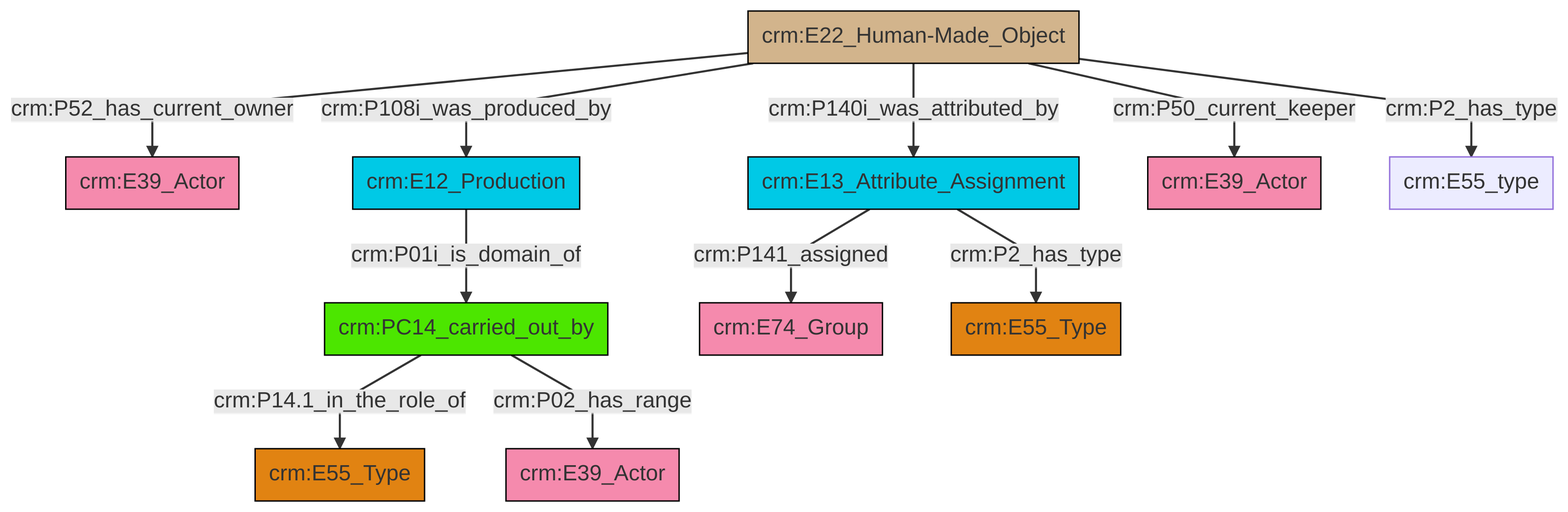
swiss-art-research-net/reference-data-models keeps this Mermaid diagram as et/artworkCSV/ttl/mmd/png/Artwork_Actor_Relations.png. Above is the earlier version. Its source is kept beside it as et/artworkCSV/ttl/mmd/Artwork_Actor_Relations.ttl.mmd. The source it was exported from:
```mermaid
graph TD
classDef Literal fill:#f2f2f2,stroke:#000000;
classDef CRM_Entity fill:#FFFFFF,stroke:#000000;
classDef Temporal_Entity fill:#00C9E6, stroke:#000000;
classDef Type fill:#E18312, stroke:#000000;
classDef Time-Span fill:#2C9C91, stroke:#000000;
classDef Appellation fill:#FFEB7F, stroke:#000000;
classDef Place fill:#008836, stroke:#000000;
classDef Persistent_Item fill:#B266B2, stroke:#000000;
classDef Conceptual_Object fill:#FFD700, stroke:#000000;
classDef Physical_Thing fill:#D2B48C, stroke:#000000;
classDef Actor fill:#f58aad, stroke:#000000;
classDef PC_Classes fill:#4ce600, stroke:#000000;
classDef Multi fill:#cccccc,stroke:#000000;

2["crm:E22_Human-Made_Object"]:::Physical_Thing -->|crm:P108i_was_produced_by| 3["crm:E12_Production"]:::Temporal_Entity
4["crm:PC14_carried_out_by"]:::PC_Classes -->|crm:P14.1_in_the_role_of| 5["crm:E55_Type"]:::Type
7["crm:E13_Attribute_Assignment"]:::Temporal_Entity -->|crm:P141_assigned| 8["crm:E74_Group"]:::Actor
2["crm:E22_Human-Made_Object"]:::Physical_Thing -->|crm:P140i_was_attributed_by| 7["crm:E13_Attribute_Assignment"]:::Temporal_Entity
2["crm:E22_Human-Made_Object"]:::Physical_Thing -->|crm:P50_current_keeper| 9["crm:E39_Actor"]:::Actor
7["crm:E13_Attribute_Assignment"]:::Temporal_Entity -->|crm:P2_has_type| 15["crm:E55_Type"]:::Type
3["crm:E12_Production"]:::Temporal_Entity -->|crm:P01i_is_domain_of| 4["crm:PC14_carried_out_by"]:::PC_Classes
2["crm:E22_Human-Made_Object"]:::Physical_Thing -->|crm:P52_has_current_owner| 0["crm:E39_Actor"]:::Actor
4["crm:PC14_carried_out_by"]:::PC_Classes -->|crm:P02_has_range| 17["crm:E39_Actor"]:::Actor
2["crm:E22_Human-Made_Object"]:::Physical_Thing -->|crm:P2_has_type| 13["crm:E55_type"]:::Default
```
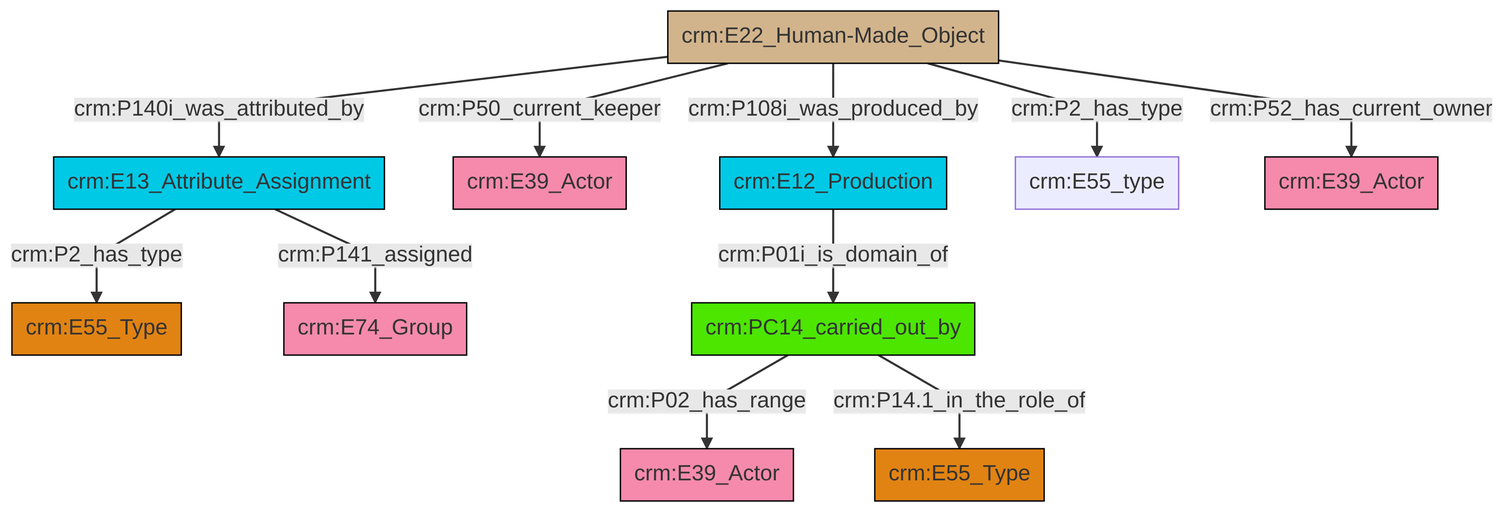
The same diagram one commit later.

The edit, as a diff of the source:
```diff
@@ -13,13 +13,13 @@
 classDef PC_Classes fill:#4ce600, stroke:#000000;
 classDef Multi fill:#cccccc,stroke:#000000;
 
-2["crm:E22_Human-Made_Object"]:::Physical_Thing -->|crm:P108i_was_produced_by| 3["crm:E12_Production"]:::Temporal_Entity
-4["crm:PC14_carried_out_by"]:::PC_Classes -->|crm:P14.1_in_the_role_of| 5["crm:E55_Type"]:::Type
-7["crm:E13_Attribute_Assignment"]:::Temporal_Entity -->|crm:P141_assigned| 8["crm:E74_Group"]:::Actor
-2["crm:E22_Human-Made_Object"]:::Physical_Thing -->|crm:P140i_was_attributed_by| 7["crm:E13_Attribute_Assignment"]:::Temporal_Entity
-2["crm:E22_Human-Made_Object"]:::Physical_Thing -->|crm:P50_current_keeper| 9["crm:E39_Actor"]:::Actor
-7["crm:E13_Attribute_Assignment"]:::Temporal_Entity -->|crm:P2_has_type| 15["crm:E55_Type"]:::Type
-3["crm:E12_Production"]:::Temporal_Entity -->|crm:P01i_is_domain_of| 4["crm:PC14_carried_out_by"]:::PC_Classes
-2["crm:E22_Human-Made_Object"]:::Physical_Thing -->|crm:P52_has_current_owner| 0["crm:E39_Actor"]:::Actor
-4["crm:PC14_carried_out_by"]:::PC_Classes -->|crm:P02_has_range| 17["crm:E39_Actor"]:::Actor
-2["crm:E22_Human-Made_Object"]:::Physical_Thing -->|crm:P2_has_type| 13["crm:E55_type"]:::Default
+5["crm:E22_Human-Made_Object"]:::Physical_Thing -->|crm:P140i_was_attributed_by| 3["crm:E13_Attribute_Assignment"]:::Temporal_Entity
+5["crm:E22_Human-Made_Object"]:::Physical_Thing -->|crm:P50_current_keeper| 6["crm:E39_Actor"]:::Actor
+3["crm:E13_Attribute_Assignment"]:::Temporal_Entity -->|crm:P141_assigned| 10["crm:E74_Group"]:::Actor
+5["crm:E22_Human-Made_Object"]:::Physical_Thing -->|crm:P108i_was_produced_by| 11["crm:E12_Production"]:::Temporal_Entity
+5["crm:E22_Human-Made_Object"]:::Physical_Thing -->|crm:P2_has_type| 15["crm:E55_type"]:::Default
+3["crm:E13_Attribute_Assignment"]:::Temporal_Entity -->|crm:P2_has_type| 0["crm:E55_Type"]:::Type
+11["crm:E12_Production"]:::Temporal_Entity -->|crm:P01i_is_domain_of| 12["crm:PC14_carried_out_by"]:::PC_Classes
+12["crm:PC14_carried_out_by"]:::PC_Classes -->|crm:P02_has_range| 7["crm:E39_Actor"]:::Actor
+5["crm:E22_Human-Made_Object"]:::Physical_Thing -->|crm:P52_has_current_owner| 21["crm:E39_Actor"]:::Actor
+12["crm:PC14_carried_out_by"]:::PC_Classes -->|crm:P14.1_in_the_role_of| 16["crm:E55_Type"]:::Type
```
